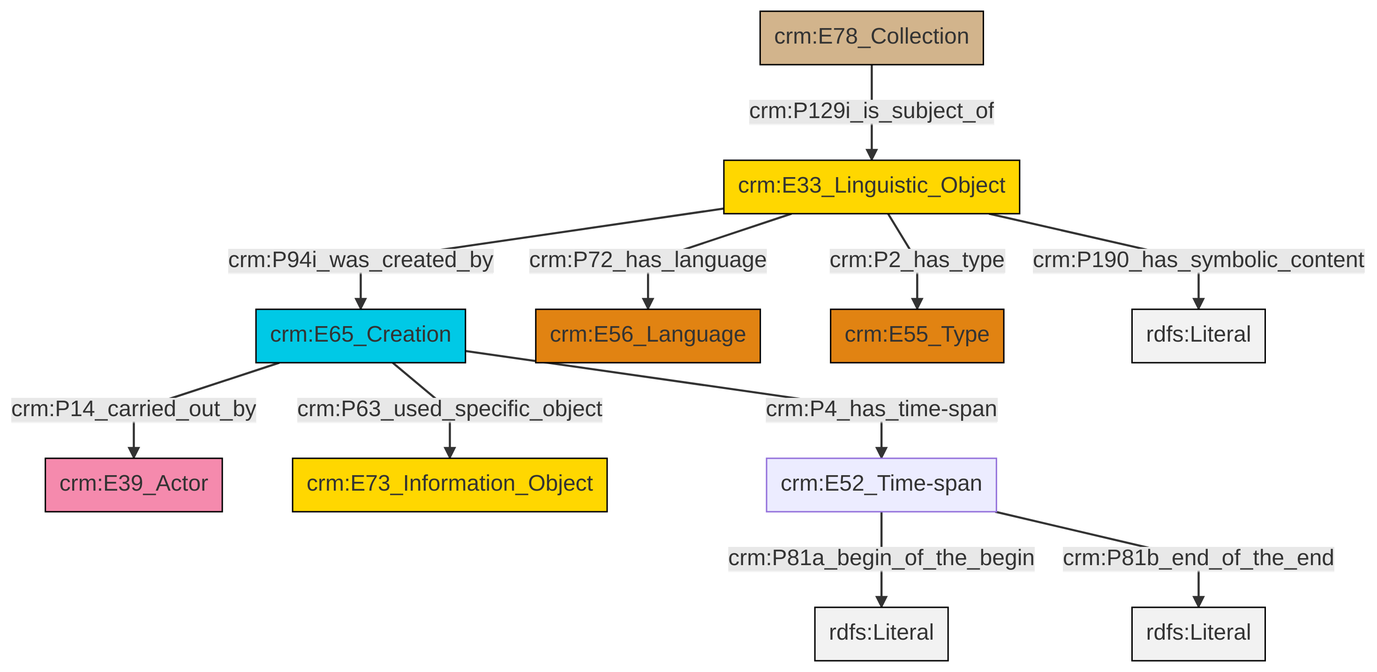
Before: et/archivalCSV/ttl/mmd/png/archival_desc.png, a diagram exported from Mermaid (swiss-art-research-net/docs.swissartresearch). Its source is kept beside it as et/archivalCSV/ttl/mmd/archival_desc.ttl.mmd.
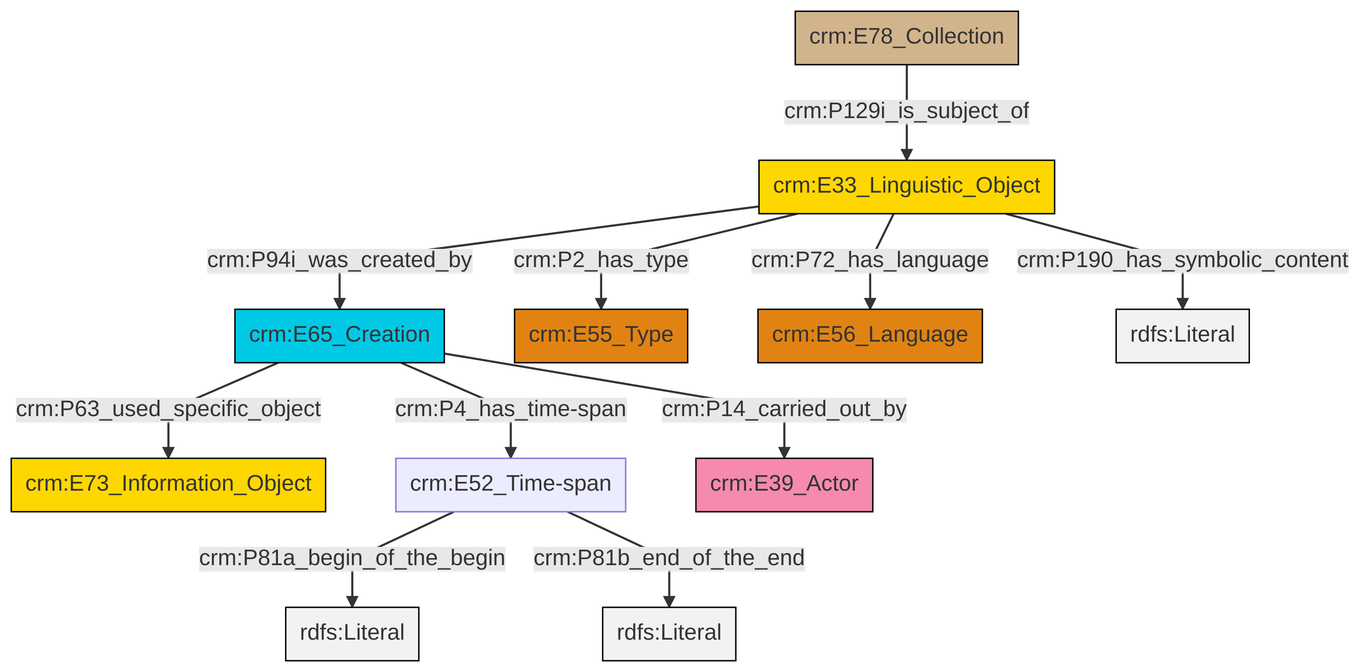
After the change.

Diff of the diagram source:
```diff
@@ -13,13 +13,13 @@
 classDef PC_Classes fill:#4ce600, stroke:#000000;
 classDef Multi fill:#cccccc,stroke:#000000;
 
-0["crm:E33_Linguistic_Object"]:::Conceptual_Object -->|crm:P94i_was_created_by| 1["crm:E65_Creation"]:::Temporal_Entity
-1["crm:E65_Creation"]:::Temporal_Entity -->|crm:P14_carried_out_by| 2["crm:E39_Actor"]:::Actor
-5["crm:E78_Collection"]:::Physical_Thing -->|crm:P129i_is_subject_of| 0["crm:E33_Linguistic_Object"]:::Conceptual_Object
-11["crm:E52_Time-span"]:::Default -->|crm:P81a_begin_of_the_begin| 12[rdfs:Literal]:::Literal
-1["crm:E65_Creation"]:::Temporal_Entity -->|crm:P63_used_specific_object| 6["crm:E73_Information_Object"]:::Conceptual_Object
-0["crm:E33_Linguistic_Object"]:::Conceptual_Object -->|crm:P2_has_type| 14["crm:E55_Type"]:::Type
-11["crm:E52_Time-span"]:::Default -->|crm:P81b_end_of_the_end| 15[rdfs:Literal]:::Literal
-0["crm:E33_Linguistic_Object"]:::Conceptual_Object -->|crm:P190_has_symbolic_content| 17[rdfs:Literal]:::Literal
-1["crm:E65_Creation"]:::Temporal_Entity -->|crm:P4_has_time-span| 11["crm:E52_Time-span"]:::Default
-0["crm:E33_Linguistic_Object"]:::Conceptual_Object -->|crm:P72_has_language| 9["crm:E56_Language"]:::Type
+2["crm:E65_Creation"]:::Temporal_Entity -->|crm:P4_has_time-span| 3["crm:E52_Time-span"]:::Default
+4["crm:E33_Linguistic_Object"]:::Conceptual_Object -->|crm:P2_has_type| 5["crm:E55_Type"]:::Type
+2["crm:E65_Creation"]:::Temporal_Entity -->|crm:P63_used_specific_object| 0["crm:E73_Information_Object"]:::Conceptual_Object
+4["crm:E33_Linguistic_Object"]:::Conceptual_Object -->|crm:P94i_was_created_by| 2["crm:E65_Creation"]:::Temporal_Entity
+3["crm:E52_Time-span"]:::Default -->|crm:P81a_begin_of_the_begin| 9[rdfs:Literal]:::Literal
+4["crm:E33_Linguistic_Object"]:::Conceptual_Object -->|crm:P72_has_language| 6["crm:E56_Language"]:::Type
+4["crm:E33_Linguistic_Object"]:::Conceptual_Object -->|crm:P190_has_symbolic_content| 14[rdfs:Literal]:::Literal
+2["crm:E65_Creation"]:::Temporal_Entity -->|crm:P14_carried_out_by| 15["crm:E39_Actor"]:::Actor
+11["crm:E78_Collection"]:::Physical_Thing -->|crm:P129i_is_subject_of| 4["crm:E33_Linguistic_Object"]:::Conceptual_Object
+3["crm:E52_Time-span"]:::Default -->|crm:P81b_end_of_the_end| 18[rdfs:Literal]:::Literal
```
